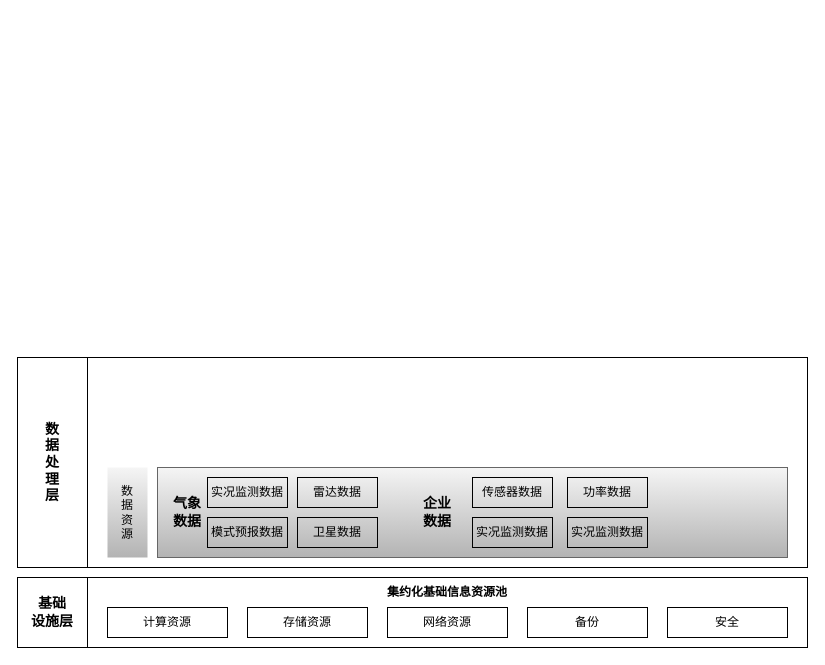
fourmia/Note keeps this draw.io diagram as 未命名绘图.drawio. Above is the earlier version. Source tidied: cells renumbered, new cells numbered last; positions are measured from the earlier drawing's top-left corner, leaving out a move shared by most shapes. Both pictures are drawn from the tidied source at 100%, with x=0, y=0 at pixel (17, 357).
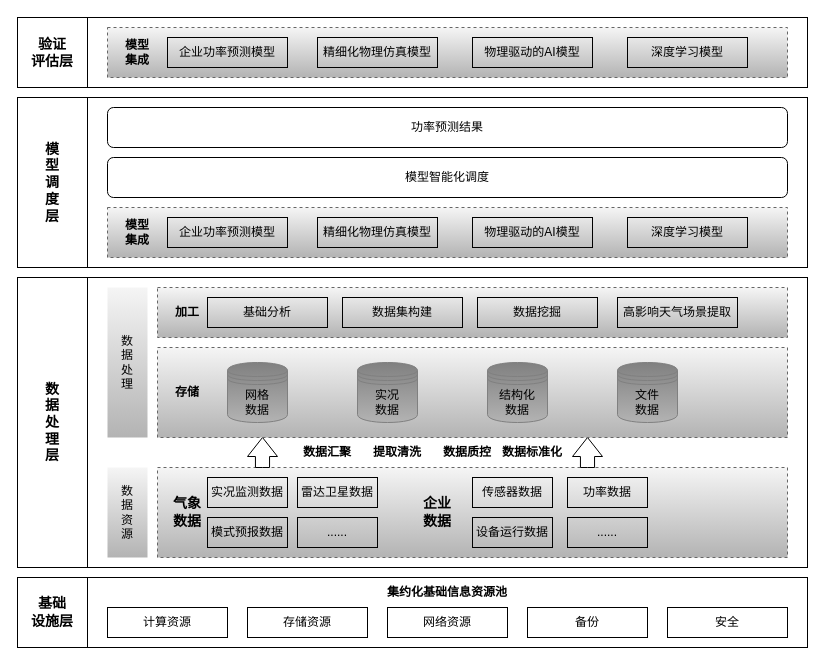
Above is the later version.

Commit message:
课题四绘图更新.drawio

The edit, as a diff of the source:
```diff
@@
     <mxCell id="3" style="rounded=0;whiteSpace=wrap;html=1;fillColor=none;" parent="1" vertex="1">
-      <mxGeometry x="70" width="720" height="210" as="geometry" />
+      <mxGeometry x="70" y="-80" width="720" height="290" as="geometry" />
     </mxCell>
-    <mxCell id="4" style="rounded=0;whiteSpace=wrap;html=1;fillColor=#f5f5f5;gradientColor=#b3b3b3;strokeColor=#666666;" parent="1" vertex="1">
+    <mxCell id="4" style="rounded=0;whiteSpace=wrap;html=1;fillColor=#f5f5f5;gradientColor=#b3b3b3;strokeColor=#666666;dashed=1;" parent="1" vertex="1">
       <mxGeometry x="140" y="110" width="630" height="90" as="geometry" />
     </mxCell>
@@
     <mxCell id="13" value="&lt;font style=&quot;font-size: 14px;&quot;&gt;&lt;b style=&quot;&quot;&gt;数&lt;/b&gt;&lt;/font&gt;&lt;div&gt;&lt;font style=&quot;font-size: 14px;&quot;&gt;&lt;b&gt;据&lt;/b&gt;&lt;/font&gt;&lt;/div&gt;&lt;div&gt;&lt;font style=&quot;font-size: 14px;&quot;&gt;&lt;b&gt;处&lt;/b&gt;&lt;/font&gt;&lt;/div&gt;&lt;div&gt;&lt;font style=&quot;font-size: 14px;&quot;&gt;&lt;b&gt;理&lt;/b&gt;&lt;/font&gt;&lt;/div&gt;&lt;div&gt;&lt;span style=&quot;background-color: initial;&quot;&gt;&lt;font face=&quot;Times New Roman&quot; style=&quot;font-size: 14px;&quot;&gt;&lt;b&gt;层&lt;/b&gt;&lt;/font&gt;&lt;/span&gt;&lt;br&gt;&lt;/div&gt;" style="rounded=0;whiteSpace=wrap;html=1;" parent="1" vertex="1">
-      <mxGeometry width="70" height="210" as="geometry" />
+      <mxGeometry y="-80" width="70" height="290" as="geometry" />
     </mxCell>
@@
-    <mxCell id="17" value="雷达数据" style="rounded=0;whiteSpace=wrap;html=1;fillColor=none;" parent="1" vertex="1">
+    <mxCell id="17" value="雷达卫星数据" style="rounded=0;whiteSpace=wrap;html=1;fillColor=none;" parent="1" vertex="1">
       <mxGeometry x="280" y="120" width="80" height="30" as="geometry" />
     </mxCell>
-    <mxCell id="18" value="卫星数据" style="rounded=0;whiteSpace=wrap;html=1;fillColor=none;" parent="1" vertex="1">
+    <mxCell id="18" value="......" style="rounded=0;whiteSpace=wrap;html=1;fillColor=none;" parent="1" vertex="1">
       <mxGeometry x="280" y="160" width="80" height="30" as="geometry" />
     </mxCell>
@@
-    <mxCell id="22" value="实况监测数据" style="rounded=0;whiteSpace=wrap;html=1;fillColor=none;" parent="1" vertex="1">
+    <mxCell id="22" value="设备运行数据" style="rounded=0;whiteSpace=wrap;html=1;fillColor=none;" parent="1" vertex="1">
       <mxGeometry x="455" y="160" width="80" height="30" as="geometry" />
     </mxCell>
-    <mxCell id="23" value="实况监测数据" style="rounded=0;whiteSpace=wrap;html=1;fillColor=none;" parent="1" vertex="1">
+    <mxCell id="23" value="......" style="rounded=0;whiteSpace=wrap;html=1;fillColor=none;" parent="1" vertex="1">
       <mxGeometry x="550" y="160" width="80" height="30" as="geometry" />
     </mxCell>
+    <mxCell id="24" value="数&lt;div&gt;据&lt;/div&gt;&lt;div&gt;处&lt;/div&gt;&lt;div&gt;理&lt;/div&gt;" style="rounded=0;whiteSpace=wrap;html=1;fillColor=#f5f5f5;strokeColor=none;gradientColor=#b3b3b3;" parent="1" vertex="1">
+      <mxGeometry x="90" y="-70" width="40" height="150" as="geometry" />
+    </mxCell>
+    <mxCell id="25" style="html=1;shadow=0;dashed=0;align=center;verticalAlign=middle;shape=mxgraph.arrows2.arrow;dy=0.53;dx=19;direction=north;notch=0;" parent="1" vertex="1">
+      <mxGeometry x="230" y="80" width="30" height="30" as="geometry" />
+    </mxCell>
+    <mxCell id="26" style="html=1;shadow=0;dashed=0;align=center;verticalAlign=middle;shape=mxgraph.arrows2.arrow;dy=0.53;dx=19;direction=north;notch=0;" parent="1" vertex="1">
+      <mxGeometry x="555" y="80" width="30" height="30" as="geometry" />
+    </mxCell>
+    <mxCell id="27" value="&lt;b&gt;数据汇聚&lt;/b&gt;" style="text;html=1;align=center;verticalAlign=middle;whiteSpace=wrap;rounded=0;" parent="1" vertex="1">
+      <mxGeometry x="280" y="80" width="60" height="30" as="geometry" />
+    </mxCell>
+    <mxCell id="28" value="&lt;b&gt;提取清洗&lt;/b&gt;" style="text;html=1;align=center;verticalAlign=middle;whiteSpace=wrap;rounded=0;" parent="1" vertex="1">
+      <mxGeometry x="350" y="80" width="60" height="30" as="geometry" />
+    </mxCell>
+    <mxCell id="29" value="&lt;b&gt;数据质控&lt;/b&gt;" style="text;html=1;align=center;verticalAlign=middle;whiteSpace=wrap;rounded=0;" parent="1" vertex="1">
+      <mxGeometry x="420" y="80" width="60" height="30" as="geometry" />
+    </mxCell>
+    <mxCell id="30" value="&lt;b&gt;数据标准化&lt;/b&gt;" style="text;html=1;align=center;verticalAlign=middle;whiteSpace=wrap;rounded=0;" parent="1" vertex="1">
+      <mxGeometry x="480" y="80" width="70" height="30" as="geometry" />
+    </mxCell>
+    <mxCell id="31" style="rounded=0;whiteSpace=wrap;html=1;fillColor=#f5f5f5;gradientColor=#b3b3b3;strokeColor=#666666;dashed=1;" parent="1" vertex="1">
+      <mxGeometry x="140" y="-10" width="630" height="90" as="geometry" />
+    </mxCell>
+    <mxCell id="32" value="&lt;b&gt;存储&lt;/b&gt;" style="text;html=1;align=center;verticalAlign=middle;whiteSpace=wrap;rounded=0;" parent="1" vertex="1">
+      <mxGeometry x="140" y="20" width="60" height="30" as="geometry" />
+    </mxCell>
+    <mxCell id="33" style="shape=datastore;whiteSpace=wrap;html=1;fillColor=#808080;gradientColor=#b3b3b3;strokeColor=#808080;" parent="1" vertex="1">
+      <mxGeometry x="210" y="5" width="60" height="60" as="geometry" />
+    </mxCell>
+    <mxCell id="34" value="网格&lt;div&gt;数据&lt;/div&gt;" style="text;html=1;align=center;verticalAlign=middle;whiteSpace=wrap;rounded=0;" parent="1" vertex="1">
+      <mxGeometry x="210" y="30" width="60" height="30" as="geometry" />
+    </mxCell>
+    <mxCell id="35" value="实况&lt;div&gt;数据&lt;/div&gt;" style="shape=datastore;whiteSpace=wrap;html=1;fillColor=#808080;gradientColor=#b3b3b3;strokeColor=#808080;" parent="1" vertex="1">
+      <mxGeometry x="340" y="5" width="60" height="60" as="geometry" />
+    </mxCell>
+    <mxCell id="36" value="结构化&lt;div&gt;数据&lt;/div&gt;" style="shape=datastore;whiteSpace=wrap;html=1;fillColor=#808080;gradientColor=#b3b3b3;strokeColor=#808080;" parent="1" vertex="1">
+      <mxGeometry x="470" y="5" width="60" height="60" as="geometry" />
+    </mxCell>
+    <mxCell id="37" value="&lt;div&gt;文件&lt;/div&gt;&lt;div&gt;数据&lt;/div&gt;" style="shape=datastore;whiteSpace=wrap;html=1;fillColor=#808080;gradientColor=#b3b3b3;strokeColor=#808080;" parent="1" vertex="1">
+      <mxGeometry x="600" y="5" width="60" height="60" as="geometry" />
+    </mxCell>
+    <mxCell id="38" style="rounded=0;whiteSpace=wrap;html=1;fillColor=#f5f5f5;gradientColor=#b3b3b3;strokeColor=#666666;dashed=1;" parent="1" vertex="1">
+      <mxGeometry x="140" y="-70" width="630" height="50" as="geometry" />
+    </mxCell>
+    <mxCell id="39" value="&lt;b&gt;加工&lt;/b&gt;" style="text;html=1;align=center;verticalAlign=middle;whiteSpace=wrap;rounded=0;" parent="1" vertex="1">
+      <mxGeometry x="140" y="-60" width="60" height="30" as="geometry" />
+    </mxCell>
+    <mxCell id="40" value="基础分析" style="rounded=0;whiteSpace=wrap;html=1;fillColor=none;" parent="1" vertex="1">
+      <mxGeometry x="190" y="-60" width="120" height="30" as="geometry" />
+    </mxCell>
+    <mxCell id="41" value="数据集构建" style="rounded=0;whiteSpace=wrap;html=1;fillColor=none;" parent="1" vertex="1">
+      <mxGeometry x="325" y="-60" width="120" height="30" as="geometry" />
+    </mxCell>
+    <mxCell id="42" value="数据挖掘" style="rounded=0;whiteSpace=wrap;html=1;fillColor=none;" parent="1" vertex="1">
+      <mxGeometry x="460" y="-60" width="120" height="30" as="geometry" />
+    </mxCell>
+    <mxCell id="43" value="高影响天气场景提取" style="rounded=0;whiteSpace=wrap;html=1;fillColor=none;" parent="1" vertex="1">
+      <mxGeometry x="600" y="-60" width="120" height="30" as="geometry" />
+    </mxCell>
+    <mxCell id="44" style="rounded=0;whiteSpace=wrap;html=1;fillColor=none;" parent="1" vertex="1">
+      <mxGeometry x="70" y="-260" width="720" height="170" as="geometry" />
+    </mxCell>
+    <mxCell id="45" style="rounded=0;whiteSpace=wrap;html=1;fillColor=#f5f5f5;gradientColor=#b3b3b3;strokeColor=#666666;dashed=1;" parent="1" vertex="1">
+      <mxGeometry x="90" y="-150" width="680" height="50" as="geometry" />
+    </mxCell>
+    <mxCell id="46" value="&lt;div&gt;&lt;span style=&quot;font-size: 14px;&quot;&gt;&lt;b&gt;模&lt;/b&gt;&lt;/span&gt;&lt;/div&gt;&lt;div&gt;&lt;span style=&quot;font-size: 14px;&quot;&gt;&lt;b&gt;型&lt;/b&gt;&lt;/span&gt;&lt;/div&gt;&lt;div&gt;&lt;span style=&quot;font-size: 14px;&quot;&gt;&lt;b&gt;调&lt;/b&gt;&lt;/span&gt;&lt;/div&gt;&lt;div&gt;&lt;span style=&quot;font-size: 14px;&quot;&gt;&lt;b&gt;度&lt;/b&gt;&lt;/span&gt;&lt;/div&gt;&lt;div&gt;&lt;span style=&quot;font-size: 14px;&quot;&gt;&lt;b&gt;层&lt;/b&gt;&lt;/span&gt;&lt;/div&gt;" style="rounded=0;whiteSpace=wrap;html=1;" parent="1" vertex="1">
+      <mxGeometry y="-260" width="70" height="170" as="geometry" />
+    </mxCell>
+    <mxCell id="47" value="&lt;div&gt;&lt;b&gt;模&lt;span style=&quot;background-color: initial;&quot;&gt;型&lt;/span&gt;&lt;/b&gt;&lt;/div&gt;&lt;div&gt;&lt;b&gt;集成&lt;/b&gt;&lt;/div&gt;" style="text;html=1;align=center;verticalAlign=middle;whiteSpace=wrap;rounded=0;" parent="1" vertex="1">
+      <mxGeometry x="90" y="-140" width="60" height="30" as="geometry" />
+    </mxCell>
+    <mxCell id="48" value="企业功率预测模型" style="rounded=0;whiteSpace=wrap;html=1;fillColor=none;" parent="1" vertex="1">
+      <mxGeometry x="150" y="-140" width="120" height="30" as="geometry" />
+    </mxCell>
+    <mxCell id="49" value="精细化物理仿真模型" style="rounded=0;whiteSpace=wrap;html=1;fillColor=none;" parent="1" vertex="1">
+      <mxGeometry x="300" y="-140" width="120" height="30" as="geometry" />
+    </mxCell>
+    <mxCell id="50" value="物理驱动的AI模型" style="rounded=0;whiteSpace=wrap;html=1;fillColor=none;" parent="1" vertex="1">
+      <mxGeometry x="455" y="-140" width="120" height="30" as="geometry" />
+    </mxCell>
+    <mxCell id="51" value="深度学习模型" style="rounded=0;whiteSpace=wrap;html=1;fillColor=none;" parent="1" vertex="1">
+      <mxGeometry x="610" y="-140" width="120" height="30" as="geometry" />
+    </mxCell>
+    <mxCell id="52" value="模型智能化调度" style="rounded=1;whiteSpace=wrap;html=1;" parent="1" vertex="1">
+      <mxGeometry x="90" y="-200" width="680" height="40" as="geometry" />
+    </mxCell>
+    <mxCell id="53" value="功率预测结果" style="rounded=1;whiteSpace=wrap;html=1;" parent="1" vertex="1">
+      <mxGeometry x="90" y="-250" width="680" height="40" as="geometry" />
+    </mxCell>
+    <mxCell id="54" style="rounded=0;whiteSpace=wrap;html=1;fillColor=none;" parent="1" vertex="1">
+      <mxGeometry x="70" y="-340" width="720" height="70" as="geometry" />
+    </mxCell>
+    <mxCell id="55" style="rounded=0;whiteSpace=wrap;html=1;fillColor=#f5f5f5;gradientColor=#b3b3b3;strokeColor=#666666;dashed=1;" parent="1" vertex="1">
+      <mxGeometry x="90" y="-330" width="680" height="50" as="geometry" />
+    </mxCell>
+    <mxCell id="56" value="&lt;span style=&quot;font-size: 14px;&quot;&gt;&lt;b&gt;验证&lt;/b&gt;&lt;/span&gt;&lt;div&gt;&lt;span style=&quot;font-size: 14px;&quot;&gt;&lt;b&gt;评估层&lt;/b&gt;&lt;/span&gt;&lt;/div&gt;" style="rounded=0;whiteSpace=wrap;html=1;" parent="1" vertex="1">
+      <mxGeometry y="-340" width="70" height="70" as="geometry" />
+    </mxCell>
+    <mxCell id="57" value="&lt;div&gt;&lt;b&gt;模&lt;span style=&quot;background-color: initial;&quot;&gt;型&lt;/span&gt;&lt;/b&gt;&lt;/div&gt;&lt;div&gt;&lt;b&gt;集成&lt;/b&gt;&lt;/div&gt;" style="text;html=1;align=center;verticalAlign=middle;whiteSpace=wrap;rounded=0;" parent="1" vertex="1">
+      <mxGeometry x="90" y="-320" width="60" height="30" as="geometry" />
+    </mxCell>
+    <mxCell id="58" value="企业功率预测模型" style="rounded=0;whiteSpace=wrap;html=1;fillColor=none;" parent="1" vertex="1">
+      <mxGeometry x="150" y="-320" width="120" height="30" as="geometry" />
+    </mxCell>
+    <mxCell id="59" value="精细化物理仿真模型" style="rounded=0;whiteSpace=wrap;html=1;fillColor=none;" parent="1" vertex="1">
+      <mxGeometry x="300" y="-320" width="120" height="30" as="geometry" />
+    </mxCell>
+    <mxCell id="60" value="物理驱动的AI模型" style="rounded=0;whiteSpace=wrap;html=1;fillColor=none;" parent="1" vertex="1">
+      <mxGeometry x="455" y="-320" width="120" height="30" as="geometry" />
+    </mxCell>
+    <mxCell id="61" value="深度学习模型" style="rounded=0;whiteSpace=wrap;html=1;fillColor=none;" parent="1" vertex="1">
+      <mxGeometry x="610" y="-320" width="120" height="30" as="geometry" />
+    </mxCell>
```
